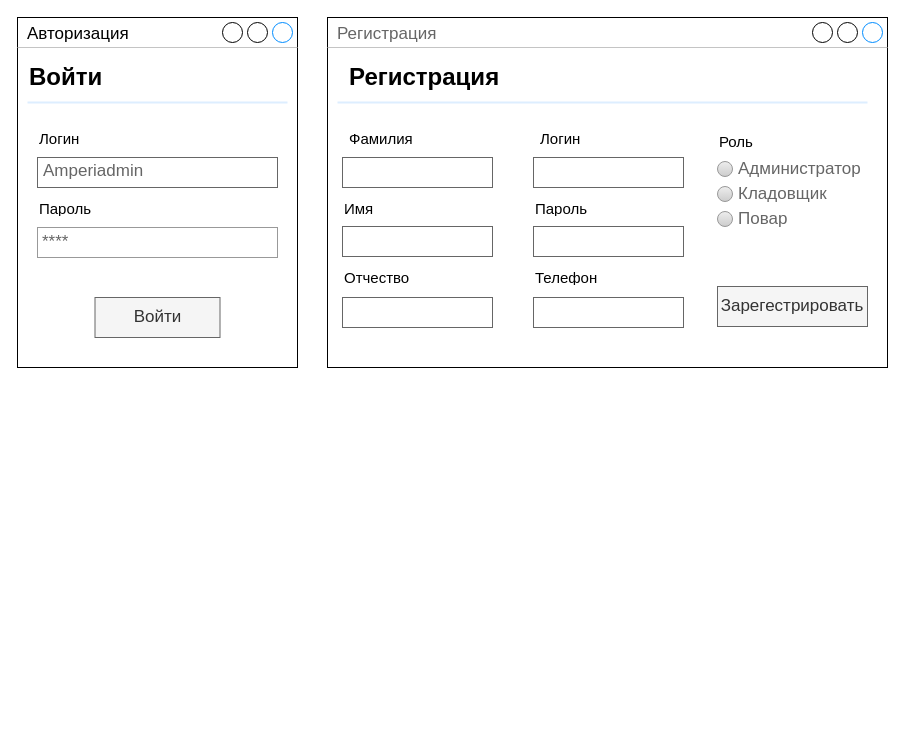
Above: Untitled Diagram.drawio in Natasaruk/PPMixCart (draw.io), before the change. Source tidied: cells renumbered, new cells numbered last; positions are measured from the earlier drawing's top-left corner, leaving out a move shared by most shapes. Both pictures are drawn from the tidied source at 100%, with x=0, y=0 at pixel (17, 17).
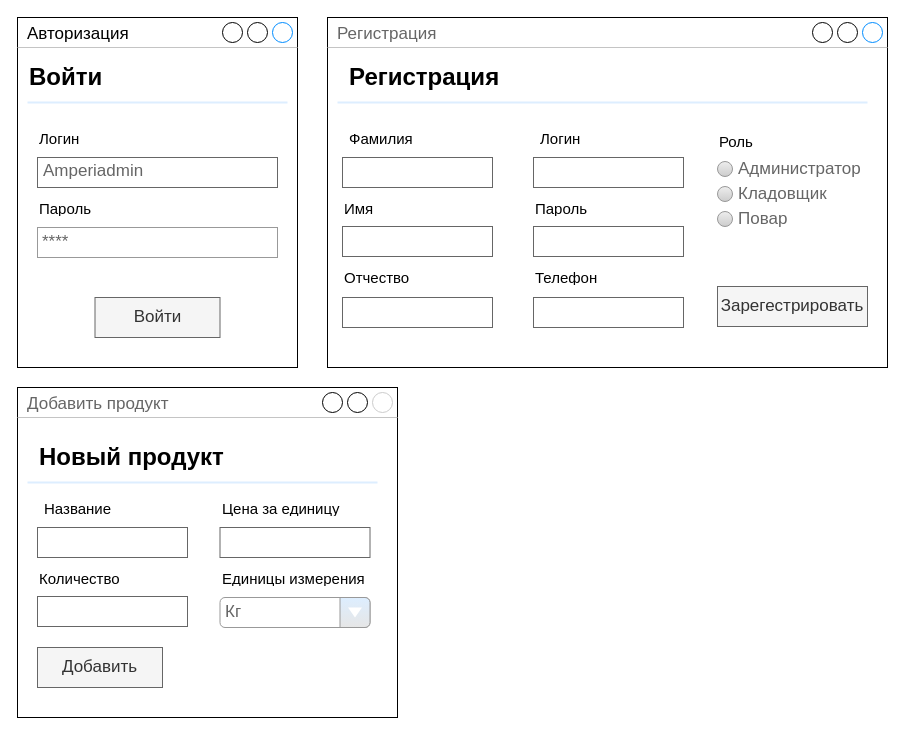
The same page after the edit.

The edit, as a diff of the source:
```diff
@@
+    <mxCell id="30" value="Добавить продукт" style="strokeWidth=1;shadow=0;dashed=0;align=center;html=1;shape=mxgraph.mockup.containers.window;align=left;verticalAlign=top;spacingLeft=8;strokeColor2=#CCCCCC;strokeColor3=#c4c4c4;fontColor=#666666;mainText=;fontSize=17;labelBackgroundColor=none;gradientColor=none;" parent="1" vertex="1">
+      <mxGeometry y="370" width="380" height="330" as="geometry" />
+    </mxCell>
+    <mxCell id="31" value="Новый продукт" style="text;strokeColor=none;fillColor=none;html=1;fontSize=24;fontStyle=1;verticalAlign=middle;align=left;" parent="1" vertex="1">
+      <mxGeometry x="20" y="420" width="100" height="40" as="geometry" />
+    </mxCell>
+    <mxCell id="32" style="shape=line;strokeColor=#ddeeff;strokeWidth=2;html=1;align=left;" parent="1" vertex="1">
+      <mxGeometry x="10" y="460" width="350" height="10" as="geometry" />
+    </mxCell>
+    <mxCell id="33" value="Цена за единицу" style="text;html=1;strokeColor=none;fillColor=none;align=left;verticalAlign=middle;whiteSpace=wrap;overflow=hidden;fontSize=15;" parent="1" vertex="1">
+      <mxGeometry x="202.5" y="480" width="160" height="20" as="geometry" />
+    </mxCell>
+    <mxCell id="34" value="Количество" style="text;html=1;strokeColor=none;fillColor=none;align=left;verticalAlign=middle;whiteSpace=wrap;overflow=hidden;fontSize=15;" parent="1" vertex="1">
+      <mxGeometry x="20" y="550" width="100" height="20" as="geometry" />
+    </mxCell>
+    <mxCell id="35" value="Название" style="text;html=1;strokeColor=none;fillColor=none;align=left;verticalAlign=middle;whiteSpace=wrap;overflow=hidden;fontSize=15;" parent="1" vertex="1">
+      <mxGeometry x="25" y="480" width="80" height="20" as="geometry" />
+    </mxCell>
+    <mxCell id="36" style="strokeWidth=1;shadow=0;dashed=0;align=left;html=1;shape=mxgraph.mockup.text.textBox;fontColor=#666666;align=left;fontSize=17;spacingLeft=4;spacingTop=-3;strokeColor=#666666;mainText=;gradientColor=none;" parent="1" vertex="1">
+      <mxGeometry x="20" y="510" width="150" height="30" as="geometry" />
+    </mxCell>
+    <mxCell id="37" style="strokeWidth=1;shadow=0;dashed=0;align=left;html=1;shape=mxgraph.mockup.text.textBox;fontColor=#666666;align=left;fontSize=17;spacingLeft=4;spacingTop=-3;strokeColor=#666666;mainText=;gradientColor=none;" parent="1" vertex="1">
+      <mxGeometry x="20" y="579" width="150" height="30" as="geometry" />
+    </mxCell>
+    <mxCell id="38" value="Единицы измерения" style="text;html=1;strokeColor=none;fillColor=none;align=left;verticalAlign=middle;whiteSpace=wrap;overflow=hidden;fontSize=15;" parent="1" vertex="1">
+      <mxGeometry x="202.5" y="550" width="147.5" height="20" as="geometry" />
+    </mxCell>
+    <mxCell id="39" style="strokeWidth=1;shadow=0;dashed=0;align=left;html=1;shape=mxgraph.mockup.text.textBox;fontColor=#666666;align=left;fontSize=17;spacingLeft=4;spacingTop=-3;strokeColor=#666666;mainText=;gradientColor=none;" parent="1" vertex="1">
+      <mxGeometry x="202.5" y="510" width="150" height="30" as="geometry" />
+    </mxCell>
+    <mxCell id="40" value="Кг" style="strokeWidth=1;shadow=0;dashed=0;align=center;html=1;shape=mxgraph.mockup.forms.comboBox;strokeColor=#999999;fillColor=#ddeeff;align=left;fillColor2=#E6E6E6;mainText=;fontColor=#666666;fontSize=17;spacingLeft=3;labelBackgroundColor=none;sketch=0;" parent="1" vertex="1">
+      <mxGeometry x="202.5" y="580" width="150" height="30" as="geometry" />
+    </mxCell>
+    <mxCell id="41" value="Добавить" style="rounded=0;whiteSpace=wrap;html=1;fontSize=17;fillColor=#f5f5f5;strokeColor=#666666;fontColor=#333333;align=center;" parent="1" vertex="1">
+      <mxGeometry x="20" y="630" width="125" height="40" as="geometry" />
+    </mxCell>
```
